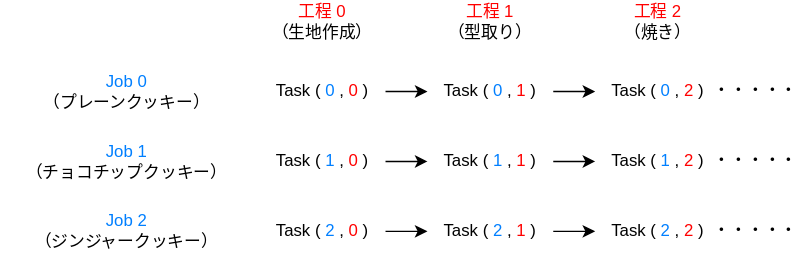
Above: notebooks/ja/tutorials/figures/job_table.drawio.svg in fixstars/amplify-se-examples (draw.io), before the change. Source tidied: cells renumbered, new cells last; positions are measured from the earlier drawing's top-left corner, leaving out a move shared by most shapes. Its diagram source:
```xml
<mxGraphModel>
  <root>
    <mxCell id="0" />
    <mxCell id="1" parent="0" />
    <mxCell id="2" value="&lt;font color=&quot;#ff0000&quot;&gt;工程 0&lt;/font&gt;&lt;br&gt;（生地作成）" style="text;html=1;strokeColor=none;fillColor=none;align=center;verticalAlign=middle;whiteSpace=wrap;rounded=0;" parent="1" vertex="1">
      <mxGeometry x="190" width="80" height="30" as="geometry" />
    </mxCell>
    <mxCell id="3" value="&lt;font color=&quot;#ff0000&quot;&gt;工程 1&lt;/font&gt;&lt;br&gt;（型取り）" style="text;html=1;strokeColor=none;fillColor=none;align=center;verticalAlign=middle;whiteSpace=wrap;rounded=0;" parent="1" vertex="1">
      <mxGeometry x="310" width="80" height="30" as="geometry" />
    </mxCell>
    <mxCell id="4" value="&lt;font color=&quot;#ff0000&quot;&gt;工程 2&lt;/font&gt;&lt;br&gt;（焼き）" style="text;html=1;strokeColor=none;fillColor=none;align=center;verticalAlign=middle;whiteSpace=wrap;rounded=0;" parent="1" vertex="1">
      <mxGeometry x="430" width="80" height="30" as="geometry" />
    </mxCell>
    <mxCell id="5" style="group;" parent="1" vertex="1">
      <mxGeometry y="150" width="515" height="30" as="geometry" />
    </mxCell>
    <mxCell id="6" value="&lt;font color=&quot;#007fff&quot;&gt;Job 2&lt;/font&gt;&lt;br&gt;（ジンジャークッキー）" style="text;html=1;strokeColor=none;fillColor=none;align=center;verticalAlign=middle;whiteSpace=wrap;rounded=0;" parent="5" vertex="1">
      <mxGeometry width="180" height="30" as="geometry" />
    </mxCell>
    <mxCell id="7" value="Task (&lt;font color=&quot;#007fff&quot;&gt;2&lt;/font&gt;, &lt;font style=&quot;&quot; color=&quot;#ff0000&quot;&gt;0&lt;/font&gt;)" style="text;html=1;strokeColor=none;fillColor=none;align=center;verticalAlign=middle;whiteSpace=wrap;rounded=0;" parent="5" vertex="1">
      <mxGeometry x="185" width="90" height="30" as="geometry" />
    </mxCell>
    <mxCell id="8" value="Task (&lt;font style=&quot;&quot; color=&quot;#007fff&quot;&gt;2&lt;/font&gt;, &lt;font style=&quot;&quot; color=&quot;#ff0000&quot;&gt;1&lt;/font&gt;)" style="text;html=1;strokeColor=none;fillColor=none;align=center;verticalAlign=middle;whiteSpace=wrap;rounded=0;" parent="5" vertex="1">
      <mxGeometry x="305" width="90" height="30" as="geometry" />
    </mxCell>
    <mxCell id="9" style="edgeStyle=none;html=1;exitX=1;exitY=0.5;exitDx=0;exitDy=0;entryX=0;entryY=0.5;entryDx=0;entryDy=0;fontColor=#FF0000;" parent="5" edge="1" source="7" target="8">
      <mxGeometry relative="1" as="geometry" />
    </mxCell>
    <mxCell id="10" value="Task (&lt;font color=&quot;#007fff&quot;&gt;2&lt;/font&gt;, &lt;font style=&quot;&quot; color=&quot;#ff0000&quot;&gt;2&lt;/font&gt;)" style="text;html=1;strokeColor=none;fillColor=none;align=center;verticalAlign=middle;whiteSpace=wrap;rounded=0;" parent="5" vertex="1">
      <mxGeometry x="425" width="90" height="30" as="geometry" />
    </mxCell>
    <mxCell id="11" style="edgeStyle=none;html=1;exitX=1;exitY=0.5;exitDx=0;exitDy=0;entryX=0;entryY=0.5;entryDx=0;entryDy=0;fontColor=#FF0000;" parent="5" edge="1" source="8" target="10">
      <mxGeometry relative="1" as="geometry" />
    </mxCell>
    <mxCell id="12" style="group;" parent="1" vertex="1">
      <mxGeometry y="50" width="515" height="30" as="geometry" />
    </mxCell>
    <mxCell id="13" value="&lt;font color=&quot;#007fff&quot;&gt;Job 0&lt;/font&gt;&lt;br&gt;（プレーンクッキー）" style="text;html=1;strokeColor=none;fillColor=none;align=center;verticalAlign=middle;whiteSpace=wrap;rounded=0;" parent="12" vertex="1">
      <mxGeometry width="180" height="30" as="geometry" />
    </mxCell>
    <mxCell id="14" value="Task (&lt;font style=&quot;&quot; color=&quot;#007fff&quot;&gt;0&lt;/font&gt;, &lt;font style=&quot;&quot; color=&quot;#ff0000&quot;&gt;0&lt;/font&gt;)" style="text;html=1;strokeColor=none;fillColor=none;align=center;verticalAlign=middle;whiteSpace=wrap;rounded=0;" parent="12" vertex="1">
      <mxGeometry x="185" width="90" height="30" as="geometry" />
    </mxCell>
    <mxCell id="15" value="Task (&lt;font style=&quot;&quot; color=&quot;#007fff&quot;&gt;0&lt;/font&gt;, &lt;font style=&quot;&quot; color=&quot;#ff0000&quot;&gt;1&lt;/font&gt;)" style="text;html=1;strokeColor=none;fillColor=none;align=center;verticalAlign=middle;whiteSpace=wrap;rounded=0;" parent="12" vertex="1">
      <mxGeometry x="305" width="90" height="30" as="geometry" />
    </mxCell>
    <mxCell id="16" style="edgeStyle=none;html=1;exitX=1;exitY=0.5;exitDx=0;exitDy=0;entryX=0;entryY=0.5;entryDx=0;entryDy=0;fontColor=#FF0000;" parent="12" edge="1" source="14" target="15">
      <mxGeometry relative="1" as="geometry" />
    </mxCell>
    <mxCell id="17" value="Task (&lt;font style=&quot;&quot; color=&quot;#007fff&quot;&gt;0&lt;/font&gt;, &lt;font style=&quot;&quot; color=&quot;#ff0000&quot;&gt;2&lt;/font&gt;)" style="text;html=1;strokeColor=none;fillColor=none;align=center;verticalAlign=middle;whiteSpace=wrap;rounded=0;" parent="12" vertex="1">
      <mxGeometry x="425" width="90" height="30" as="geometry" />
    </mxCell>
    <mxCell id="18" style="edgeStyle=none;html=1;exitX=1;exitY=0.5;exitDx=0;exitDy=0;entryX=0;entryY=0.5;entryDx=0;entryDy=0;fontColor=#FF0000;" parent="12" edge="1" source="15" target="17">
      <mxGeometry relative="1" as="geometry" />
    </mxCell>
    <mxCell id="19" style="group;" parent="1" vertex="1">
      <mxGeometry y="100" width="515" height="30" as="geometry" />
    </mxCell>
    <mxCell id="20" value="&lt;font color=&quot;#007fff&quot;&gt;Job 1&lt;/font&gt;&lt;br&gt;（チョコチップクッキー）" style="text;html=1;strokeColor=none;fillColor=none;align=center;verticalAlign=middle;whiteSpace=wrap;rounded=0;" parent="19" vertex="1">
      <mxGeometry width="180" height="30" as="geometry" />
    </mxCell>
    <mxCell id="21" value="Task (&lt;font style=&quot;&quot; color=&quot;#007fff&quot;&gt;1&lt;/font&gt;, &lt;font style=&quot;&quot; color=&quot;#ff0000&quot;&gt;0&lt;/font&gt;)" style="text;html=1;strokeColor=none;fillColor=none;align=center;verticalAlign=middle;whiteSpace=wrap;rounded=0;" parent="19" vertex="1">
      <mxGeometry x="185" width="90" height="30" as="geometry" />
    </mxCell>
    <mxCell id="22" value="Task (&lt;font style=&quot;&quot; color=&quot;#007fff&quot;&gt;1&lt;/font&gt;, &lt;font style=&quot;&quot; color=&quot;#ff0000&quot;&gt;1&lt;/font&gt;)" style="text;html=1;strokeColor=none;fillColor=none;align=center;verticalAlign=middle;whiteSpace=wrap;rounded=0;" parent="19" vertex="1">
      <mxGeometry x="305" width="90" height="30" as="geometry" />
    </mxCell>
    <mxCell id="23" style="edgeStyle=none;html=1;exitX=1;exitY=0.5;exitDx=0;exitDy=0;entryX=0;entryY=0.5;entryDx=0;entryDy=0;fontColor=#FF0000;" parent="19" edge="1" source="21" target="22">
      <mxGeometry relative="1" as="geometry" />
    </mxCell>
    <mxCell id="24" value="Task (&lt;font style=&quot;&quot; color=&quot;#007fff&quot;&gt;1&lt;/font&gt;, &lt;font style=&quot;&quot; color=&quot;#ff0000&quot;&gt;2&lt;/font&gt;)" style="text;html=1;strokeColor=none;fillColor=none;align=center;verticalAlign=middle;whiteSpace=wrap;rounded=0;" parent="19" vertex="1">
      <mxGeometry x="425" width="90" height="30" as="geometry" />
    </mxCell>
    <mxCell id="25" style="edgeStyle=none;html=1;exitX=1;exitY=0.5;exitDx=0;exitDy=0;entryX=0;entryY=0.5;entryDx=0;entryDy=0;fontColor=#FF0000;" parent="19" edge="1" source="22" target="24">
      <mxGeometry relative="1" as="geometry" />
    </mxCell>
    <mxCell id="26" value="・・・・・" style="text;html=1;strokeColor=none;fillColor=none;align=center;verticalAlign=middle;whiteSpace=wrap;rounded=0;fontColor=default;" parent="1" vertex="1">
      <mxGeometry x="510" y="50" width="60" height="30" as="geometry" />
    </mxCell>
    <mxCell id="27" value="・・・・・" style="text;html=1;strokeColor=none;fillColor=none;align=center;verticalAlign=middle;whiteSpace=wrap;rounded=0;fontColor=default;" parent="1" vertex="1">
      <mxGeometry x="510" y="100" width="60" height="30" as="geometry" />
    </mxCell>
    <mxCell id="28" value="・・・・・" style="text;html=1;strokeColor=none;fillColor=none;align=center;verticalAlign=middle;whiteSpace=wrap;rounded=0;fontColor=default;" parent="1" vertex="1">
      <mxGeometry x="510" y="150" width="60" height="30" as="geometry" />
    </mxCell>
  </root>
</mxGraphModel>
```
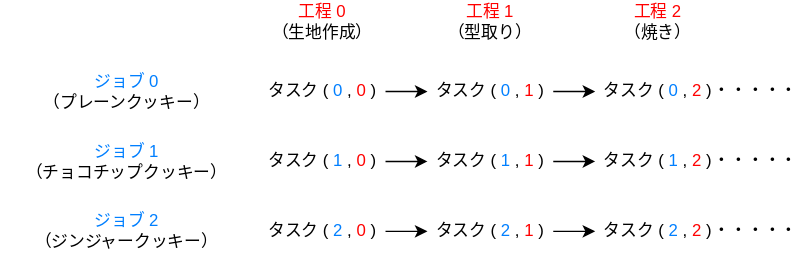
After the commit.

What changed in the source:
```diff
@@ -14,19 +14,19 @@
     <mxCell id="5" style="group;" parent="1" vertex="1">
       <mxGeometry y="150" width="515" height="30" as="geometry" />
     </mxCell>
-    <mxCell id="6" value="&lt;font color=&quot;#007fff&quot;&gt;Job 2&lt;/font&gt;&lt;br&gt;（ジンジャークッキー）" style="text;html=1;strokeColor=none;fillColor=none;align=center;verticalAlign=middle;whiteSpace=wrap;rounded=0;" parent="5" vertex="1">
+    <mxCell id="6" value="&lt;font color=&quot;#007fff&quot;&gt;ジョブ 2&lt;/font&gt;&lt;br&gt;（ジンジャークッキー）" style="text;html=1;strokeColor=none;fillColor=none;align=center;verticalAlign=middle;whiteSpace=wrap;rounded=0;" parent="5" vertex="1">
       <mxGeometry width="180" height="30" as="geometry" />
     </mxCell>
-    <mxCell id="7" value="Task (&lt;font color=&quot;#007fff&quot;&gt;2&lt;/font&gt;, &lt;font style=&quot;&quot; color=&quot;#ff0000&quot;&gt;0&lt;/font&gt;)" style="text;html=1;strokeColor=none;fillColor=none;align=center;verticalAlign=middle;whiteSpace=wrap;rounded=0;" parent="5" vertex="1">
+    <mxCell id="7" value="タスク&amp;nbsp;(&lt;font color=&quot;#007fff&quot;&gt;2&lt;/font&gt;, &lt;font style=&quot;&quot; color=&quot;#ff0000&quot;&gt;0&lt;/font&gt;)" style="text;html=1;strokeColor=none;fillColor=none;align=center;verticalAlign=middle;whiteSpace=wrap;rounded=0;" parent="5" vertex="1">
       <mxGeometry x="185" width="90" height="30" as="geometry" />
     </mxCell>
-    <mxCell id="8" value="Task (&lt;font style=&quot;&quot; color=&quot;#007fff&quot;&gt;2&lt;/font&gt;, &lt;font style=&quot;&quot; color=&quot;#ff0000&quot;&gt;1&lt;/font&gt;)" style="text;html=1;strokeColor=none;fillColor=none;align=center;verticalAlign=middle;whiteSpace=wrap;rounded=0;" parent="5" vertex="1">
+    <mxCell id="8" value="タスク&amp;nbsp;(&lt;font style=&quot;&quot; color=&quot;#007fff&quot;&gt;2&lt;/font&gt;, &lt;font style=&quot;&quot; color=&quot;#ff0000&quot;&gt;1&lt;/font&gt;)" style="text;html=1;strokeColor=none;fillColor=none;align=center;verticalAlign=middle;whiteSpace=wrap;rounded=0;" parent="5" vertex="1">
       <mxGeometry x="305" width="90" height="30" as="geometry" />
     </mxCell>
     <mxCell id="9" style="edgeStyle=none;html=1;exitX=1;exitY=0.5;exitDx=0;exitDy=0;entryX=0;entryY=0.5;entryDx=0;entryDy=0;fontColor=#FF0000;" parent="5" edge="1" source="7" target="8">
       <mxGeometry relative="1" as="geometry" />
     </mxCell>
-    <mxCell id="10" value="Task (&lt;font color=&quot;#007fff&quot;&gt;2&lt;/font&gt;, &lt;font style=&quot;&quot; color=&quot;#ff0000&quot;&gt;2&lt;/font&gt;)" style="text;html=1;strokeColor=none;fillColor=none;align=center;verticalAlign=middle;whiteSpace=wrap;rounded=0;" parent="5" vertex="1">
+    <mxCell id="10" value="タスク&amp;nbsp;(&lt;font color=&quot;#007fff&quot;&gt;2&lt;/font&gt;, &lt;font style=&quot;&quot; color=&quot;#ff0000&quot;&gt;2&lt;/font&gt;)" style="text;html=1;strokeColor=none;fillColor=none;align=center;verticalAlign=middle;whiteSpace=wrap;rounded=0;" parent="5" vertex="1">
       <mxGeometry x="425" width="90" height="30" as="geometry" />
     </mxCell>
     <mxCell id="11" style="edgeStyle=none;html=1;exitX=1;exitY=0.5;exitDx=0;exitDy=0;entryX=0;entryY=0.5;entryDx=0;entryDy=0;fontColor=#FF0000;" parent="5" edge="1" source="8" target="10">
@@ -35,19 +35,19 @@
     <mxCell id="12" style="group;" parent="1" vertex="1">
       <mxGeometry y="50" width="515" height="30" as="geometry" />
     </mxCell>
-    <mxCell id="13" value="&lt;font color=&quot;#007fff&quot;&gt;Job 0&lt;/font&gt;&lt;br&gt;（プレーンクッキー）" style="text;html=1;strokeColor=none;fillColor=none;align=center;verticalAlign=middle;whiteSpace=wrap;rounded=0;" parent="12" vertex="1">
+    <mxCell id="13" value="&lt;font color=&quot;#007fff&quot;&gt;ジョブ 0&lt;/font&gt;&lt;br&gt;（プレーンクッキー）" style="text;html=1;strokeColor=none;fillColor=none;align=center;verticalAlign=middle;whiteSpace=wrap;rounded=0;" parent="12" vertex="1">
       <mxGeometry width="180" height="30" as="geometry" />
     </mxCell>
-    <mxCell id="14" value="Task (&lt;font style=&quot;&quot; color=&quot;#007fff&quot;&gt;0&lt;/font&gt;, &lt;font style=&quot;&quot; color=&quot;#ff0000&quot;&gt;0&lt;/font&gt;)" style="text;html=1;strokeColor=none;fillColor=none;align=center;verticalAlign=middle;whiteSpace=wrap;rounded=0;" parent="12" vertex="1">
+    <mxCell id="14" value="タスク (&lt;font style=&quot;&quot; color=&quot;#007fff&quot;&gt;0&lt;/font&gt;, &lt;font style=&quot;&quot; color=&quot;#ff0000&quot;&gt;0&lt;/font&gt;)" style="text;html=1;strokeColor=none;fillColor=none;align=center;verticalAlign=middle;whiteSpace=wrap;rounded=0;" parent="12" vertex="1">
       <mxGeometry x="185" width="90" height="30" as="geometry" />
     </mxCell>
-    <mxCell id="15" value="Task (&lt;font style=&quot;&quot; color=&quot;#007fff&quot;&gt;0&lt;/font&gt;, &lt;font style=&quot;&quot; color=&quot;#ff0000&quot;&gt;1&lt;/font&gt;)" style="text;html=1;strokeColor=none;fillColor=none;align=center;verticalAlign=middle;whiteSpace=wrap;rounded=0;" parent="12" vertex="1">
+    <mxCell id="15" value="タスク&amp;nbsp;(&lt;font style=&quot;&quot; color=&quot;#007fff&quot;&gt;0&lt;/font&gt;, &lt;font style=&quot;&quot; color=&quot;#ff0000&quot;&gt;1&lt;/font&gt;)" style="text;html=1;strokeColor=none;fillColor=none;align=center;verticalAlign=middle;whiteSpace=wrap;rounded=0;" parent="12" vertex="1">
       <mxGeometry x="305" width="90" height="30" as="geometry" />
     </mxCell>
     <mxCell id="16" style="edgeStyle=none;html=1;exitX=1;exitY=0.5;exitDx=0;exitDy=0;entryX=0;entryY=0.5;entryDx=0;entryDy=0;fontColor=#FF0000;" parent="12" edge="1" source="14" target="15">
       <mxGeometry relative="1" as="geometry" />
     </mxCell>
-    <mxCell id="17" value="Task (&lt;font style=&quot;&quot; color=&quot;#007fff&quot;&gt;0&lt;/font&gt;, &lt;font style=&quot;&quot; color=&quot;#ff0000&quot;&gt;2&lt;/font&gt;)" style="text;html=1;strokeColor=none;fillColor=none;align=center;verticalAlign=middle;whiteSpace=wrap;rounded=0;" parent="12" vertex="1">
+    <mxCell id="17" value="タスク&amp;nbsp;(&lt;font style=&quot;&quot; color=&quot;#007fff&quot;&gt;0&lt;/font&gt;, &lt;font style=&quot;&quot; color=&quot;#ff0000&quot;&gt;2&lt;/font&gt;)" style="text;html=1;strokeColor=none;fillColor=none;align=center;verticalAlign=middle;whiteSpace=wrap;rounded=0;" parent="12" vertex="1">
       <mxGeometry x="425" width="90" height="30" as="geometry" />
     </mxCell>
     <mxCell id="18" style="edgeStyle=none;html=1;exitX=1;exitY=0.5;exitDx=0;exitDy=0;entryX=0;entryY=0.5;entryDx=0;entryDy=0;fontColor=#FF0000;" parent="12" edge="1" source="15" target="17">
@@ -56,19 +56,19 @@
     <mxCell id="19" style="group;" parent="1" vertex="1">
       <mxGeometry y="100" width="515" height="30" as="geometry" />
     </mxCell>
-    <mxCell id="20" value="&lt;font color=&quot;#007fff&quot;&gt;Job 1&lt;/font&gt;&lt;br&gt;（チョコチップクッキー）" style="text;html=1;strokeColor=none;fillColor=none;align=center;verticalAlign=middle;whiteSpace=wrap;rounded=0;" parent="19" vertex="1">
+    <mxCell id="20" value="&lt;font color=&quot;#007fff&quot;&gt;ジョブ 1&lt;/font&gt;&lt;br&gt;（チョコチップクッキー）" style="text;html=1;strokeColor=none;fillColor=none;align=center;verticalAlign=middle;whiteSpace=wrap;rounded=0;" parent="19" vertex="1">
       <mxGeometry width="180" height="30" as="geometry" />
     </mxCell>
-    <mxCell id="21" value="Task (&lt;font style=&quot;&quot; color=&quot;#007fff&quot;&gt;1&lt;/font&gt;, &lt;font style=&quot;&quot; color=&quot;#ff0000&quot;&gt;0&lt;/font&gt;)" style="text;html=1;strokeColor=none;fillColor=none;align=center;verticalAlign=middle;whiteSpace=wrap;rounded=0;" parent="19" vertex="1">
+    <mxCell id="21" value="タスク (&lt;font style=&quot;&quot; color=&quot;#007fff&quot;&gt;1&lt;/font&gt;, &lt;font style=&quot;&quot; color=&quot;#ff0000&quot;&gt;0&lt;/font&gt;)" style="text;html=1;strokeColor=none;fillColor=none;align=center;verticalAlign=middle;whiteSpace=wrap;rounded=0;" parent="19" vertex="1">
       <mxGeometry x="185" width="90" height="30" as="geometry" />
     </mxCell>
-    <mxCell id="22" value="Task (&lt;font style=&quot;&quot; color=&quot;#007fff&quot;&gt;1&lt;/font&gt;, &lt;font style=&quot;&quot; color=&quot;#ff0000&quot;&gt;1&lt;/font&gt;)" style="text;html=1;strokeColor=none;fillColor=none;align=center;verticalAlign=middle;whiteSpace=wrap;rounded=0;" parent="19" vertex="1">
+    <mxCell id="22" value="タスク&amp;nbsp;(&lt;font style=&quot;&quot; color=&quot;#007fff&quot;&gt;1&lt;/font&gt;, &lt;font style=&quot;&quot; color=&quot;#ff0000&quot;&gt;1&lt;/font&gt;)" style="text;html=1;strokeColor=none;fillColor=none;align=center;verticalAlign=middle;whiteSpace=wrap;rounded=0;" parent="19" vertex="1">
       <mxGeometry x="305" width="90" height="30" as="geometry" />
     </mxCell>
     <mxCell id="23" style="edgeStyle=none;html=1;exitX=1;exitY=0.5;exitDx=0;exitDy=0;entryX=0;entryY=0.5;entryDx=0;entryDy=0;fontColor=#FF0000;" parent="19" edge="1" source="21" target="22">
       <mxGeometry relative="1" as="geometry" />
     </mxCell>
-    <mxCell id="24" value="Task (&lt;font style=&quot;&quot; color=&quot;#007fff&quot;&gt;1&lt;/font&gt;, &lt;font style=&quot;&quot; color=&quot;#ff0000&quot;&gt;2&lt;/font&gt;)" style="text;html=1;strokeColor=none;fillColor=none;align=center;verticalAlign=middle;whiteSpace=wrap;rounded=0;" parent="19" vertex="1">
+    <mxCell id="24" value="タスク&amp;nbsp;(&lt;font style=&quot;&quot; color=&quot;#007fff&quot;&gt;1&lt;/font&gt;, &lt;font style=&quot;&quot; color=&quot;#ff0000&quot;&gt;2&lt;/font&gt;)" style="text;html=1;strokeColor=none;fillColor=none;align=center;verticalAlign=middle;whiteSpace=wrap;rounded=0;" parent="19" vertex="1">
       <mxGeometry x="425" width="90" height="30" as="geometry" />
     </mxCell>
     <mxCell id="25" style="edgeStyle=none;html=1;exitX=1;exitY=0.5;exitDx=0;exitDy=0;entryX=0;entryY=0.5;entryDx=0;entryDy=0;fontColor=#FF0000;" parent="19" edge="1" source="22" target="24">
```
